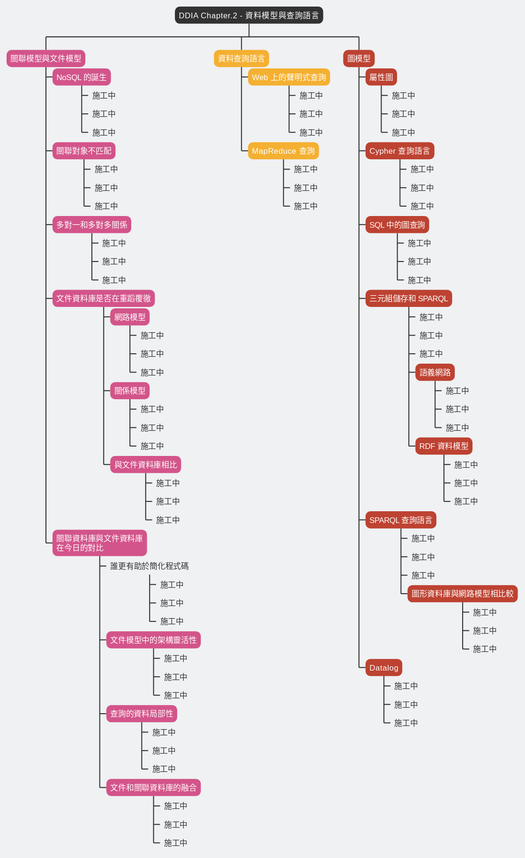
This is images/ddia/ch2_wbs.svg from JianLiu666/plantuml, a PlantUML export, as it was before one commit. Its diagram source:
```plantuml
@startwbs ddia_ch2_wbs

skinparam Shadowing false
skinparam BackgroundColor #EFF1F3
skinparam linetype ortho

<style>
arrow {
    LineColor #323232
}
node {
    Padding 6
    Margin 2
    RoundCorner 15
    LineThickness 0.0
    BackgroundColor #EFF1F3
    FontColor #333333
}
.Type_Root {
    BackgroundColor #323232
    FontColor #FFFFFF
    LineColor #323232
}
.Type1_Node {
    BackgroundColor #D3548A
    FontColor #FFFFFF
    LineColor #D3548A
}
.Type1_LeafNode {
    RoundCorner 0
    LineThickness 1.0
    LineColor #D3548A
}
.Type2_Node {
    BackgroundColor #F4B031
    FontColor #FFFFFF
    LineColor #F4B031
}
.Type2_LeafNode {
    RoundCorner 0
    LineThickness 1.0
    LineColor #F4B031
}
.Type3_Node {
    BackgroundColor #BD4231
    FontColor #FFFFFF
    LineColor #BD4231
}
.Type3_LeafNode {
    RoundCorner 0
    LineThickness 1.0
    LineColor #BD4231
}
.Type4_Node {
    BackgroundColor #0F5E8C
    FontColor #FFFFFF
    LineColor #0F5E8C
}
.Type4_LeafNode {
    RoundCorner 0
    LineThickness 1.0
    LineColor #0F5E8C
}
.Type5_Node {
    BackgroundColor #37A7A8
    FontColor #FFFFFF
    LineColor #37A7A8
}
.Type5_LeafNode {
    RoundCorner 0
    LineThickness 1.0
    LineColor #37A7A8
}
</style>

* DDIA Chapter.2 - 資料模型與查詢語言<<Type_Root>>

** 關聯模型與文件模型<<Type1_Node>>

*** NoSQL 的誕生<<Type1_Node>>
**** 施工中
**** 施工中
**** 施工中

*** 關聯對象不匹配<<Type1_Node>>
**** 施工中
**** 施工中
**** 施工中

*** 多對一和多對多關係<<Type1_Node>>
**** 施工中
**** 施工中
**** 施工中

*** 文件資料庫是否在重蹈覆徹<<Type1_Node>>

**** 網路模型<<Type1_Node>>
***** 施工中
***** 施工中
***** 施工中

**** 關係模型<<Type1_Node>>
***** 施工中
***** 施工中
***** 施工中

**** 與文件資料庫相比<<Type1_Node>>
***** 施工中
***** 施工中
***** 施工中

*** 關聯資料庫與文件資料庫\n在今日的對比<<Type1_Node>>

**** 誰更有助於簡化程式碼
***** 施工中
***** 施工中
***** 施工中

**** 文件模型中的架構靈活性<<Type1_Node>>
***** 施工中
***** 施工中
***** 施工中

**** 查詢的資料局部性<<Type1_Node>>
***** 施工中
***** 施工中
***** 施工中

**** 文件和關聯資料庫的融合<<Type1_Node>>
***** 施工中
***** 施工中
***** 施工中

** 資料查詢語言<<Type2_Node>>

*** Web 上的聲明式查詢<<Type2_Node>>
**** 施工中
**** 施工中
**** 施工中

*** MapReduce 查詢<<Type2_Node>>
**** 施工中
**** 施工中
**** 施工中

** 圖模型<<Type3_Node>>

*** 屬性圖<<Type3_Node>>
**** 施工中
**** 施工中
**** 施工中

*** Cypher 查詢語言<<Type3_Node>>
**** 施工中
**** 施工中
**** 施工中

*** SQL 中的圖查詢<<Type3_Node>>
**** 施工中
**** 施工中
**** 施工中

*** 三元組儲存和 SPARQL<<Type3_Node>>
**** 施工中
**** 施工中
**** 施工中

**** 語義網路<<Type3_Node>>
***** 施工中
***** 施工中
***** 施工中

**** RDF 資料模型<<Type3_Node>>
***** 施工中
***** 施工中
***** 施工中

*** SPARQL 查詢語言<<Type3_Node>>
**** 施工中
**** 施工中
**** 施工中

**** 圖形資料庫與網路模型相比較<<Type3_Node>>
***** 施工中
***** 施工中
***** 施工中

*** Datalog<<Type3_Node>>
**** 施工中
**** 施工中
**** 施工中

@endwbs
```
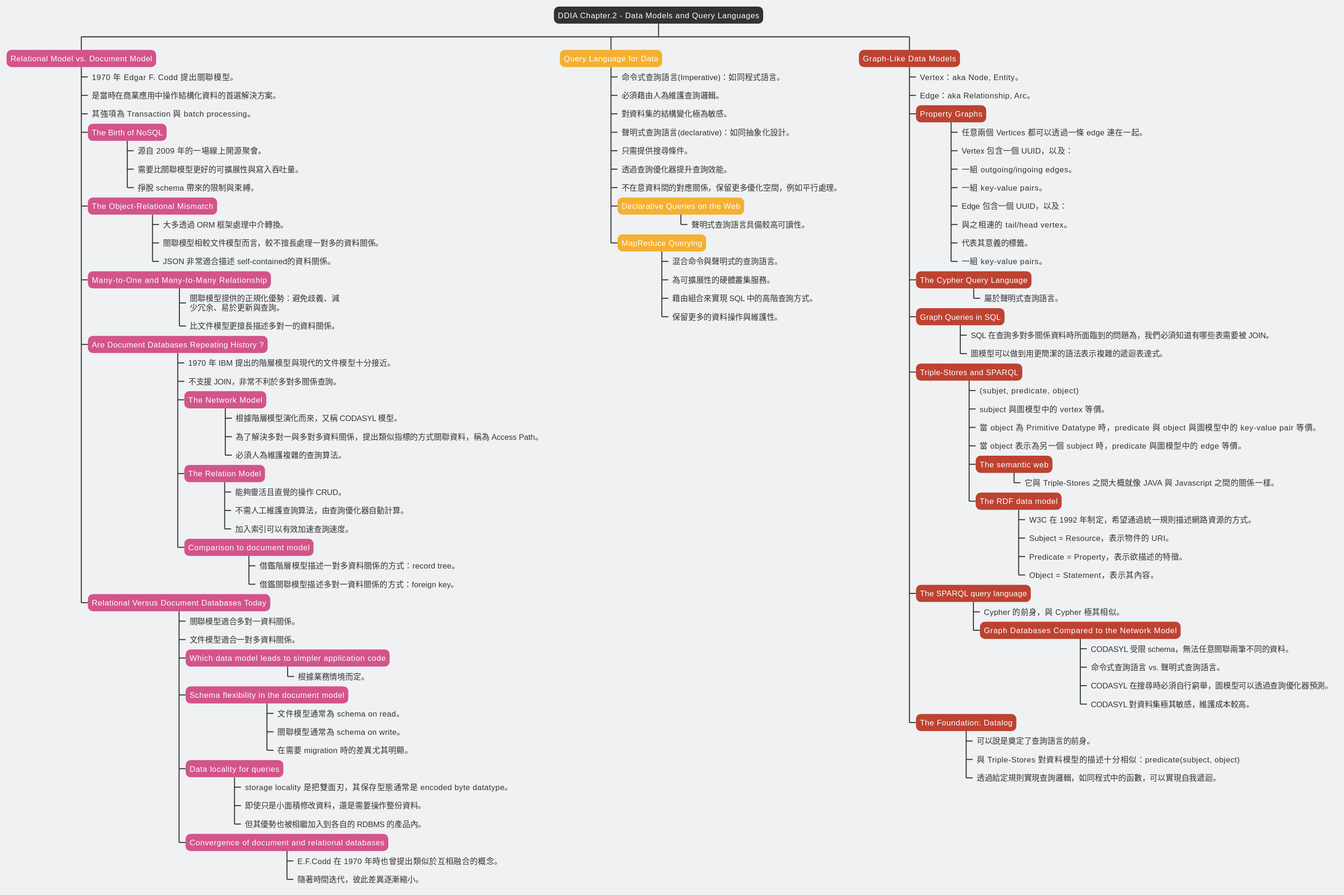
After the commit.

Commit message:
doc(ddia): update digram

Diff of the diagram source:
```diff
@@ -1,4 +1,4 @@
-@startwbs ddia_ch2_wbs
+@startwbs ch2_wbs
 
 skinparam Shadowing false
 skinparam BackgroundColor #EFF1F3
@@ -73,121 +73,133 @@
 }
 </style>
 
-* DDIA Chapter.2 - 資料模型與查詢語言<<Type_Root>>
+* DDIA Chapter.2 - Data Models and Query Languages<<Type_Root>>
 
-** 關聯模型與文件模型<<Type1_Node>>
+** Relational Model vs. Document Model<<Type1_Node>>
 
-*** NoSQL 的誕生<<Type1_Node>>
-**** 施工中
-**** 施工中
-**** 施工中
+*** 1970 年 Edgar F. Codd 提出關聯模型。
+*** 是當時在商業應用中操作結構化資料的首選解決方案。
+*** 其強項為 Transaction 與 batch processing。
 
-*** 關聯對象不匹配<<Type1_Node>>
-**** 施工中
-**** 施工中
-**** 施工中
+*** The Birth of NoSQL<<Type1_Node>>
+**** 源自 2009 年的一場線上開源聚會。
+**** 需要比關聯模型更好的可擴展性與寫入吞吐量。
+**** 掙脫 schema 帶來的限制與束縛。
 
-*** 多對一和多對多關係<<Type1_Node>>
-**** 施工中
-**** 施工中
-**** 施工中
+*** The Object-Relational Mismatch<<Type1_Node>>
+**** 大多透過 ORM 框架處理中介轉換。
+**** 關聯模型相較文件模型而言，較不擅長處理一對多的資料關係。
+**** JSON 非常適合描述 self-contained的資料關係。
 
-*** 文件資料庫是否在重蹈覆徹<<Type1_Node>>
+*** Many-to-One and Many-to-Many Relationship<<Type1_Node>>
+**** 關聯模型提供的正規化優勢：避免歧義、減\n少冗余、易於更新與查詢。
+**** 比文件模型更擅長描述多對一的資料關係。
 
-**** 網路模型<<Type1_Node>>
-***** 施工中
-***** 施工中
-***** 施工中
+*** Are Document Databases Repeating History ?<<Type1_Node>>
+**** 1970 年 IBM 提出的階層模型與現代的文件模型十分接近。
+**** 不支援 JOIN，非常不利於多對多關係查詢。
 
-**** 關係模型<<Type1_Node>>
-***** 施工中
-***** 施工中
-***** 施工中
+**** The Network Model<<Type1_Node>>
+***** 根據階層模型演化而來，又稱 CODASYL 模型。
+***** 為了解決多對一與多對多資料關係，提出類似指標的方式關聯資料，稱為 Access Path。
+***** 必須人為維護複雜的查詢算法。
 
-**** 與文件資料庫相比<<Type1_Node>>
-***** 施工中
-***** 施工中
-***** 施工中
+**** The Relation Model<<Type1_Node>>
+***** 能夠靈活且直覺的操作 CRUD。
+***** 不需人工維護查詢算法，由查詢優化器自動計算。
+***** 加入索引可以有效加速查詢速度。
 
-*** 關聯資料庫與文件資料庫\n在今日的對比<<Type1_Node>>
+**** Comparison to document model<<Type1_Node>>
+***** 借鑑階層模型描述一對多資料關係的方式：record tree。
+***** 借鑑關聯模型描述多對一資料關係的方式：foreign key。
 
-**** 誰更有助於簡化程式碼
-***** 施工中
-***** 施工中
-***** 施工中
+*** Relational Versus Document Databases Today<<Type1_Node>>
+**** 關聯模型適合多對一資料關係。
+**** 文件模型適合一對多資料關係。
 
-**** 文件模型中的架構靈活性<<Type1_Node>>
-***** 施工中
-***** 施工中
-***** 施工中
+**** Which data model leads to simpler application code<<Type1_Node>>
+***** 根據業務情境而定。
 
-**** 查詢的資料局部性<<Type1_Node>>
-***** 施工中
-***** 施工中
-***** 施工中
+**** Schema flexibility in the document model<<Type1_Node>>
+***** 文件模型通常為 schema on read。
+***** 關聯模型通常為 schema on write。
+***** 在需要 migration 時的差異尤其明顯。
 
-**** 文件和關聯資料庫的融合<<Type1_Node>>
-***** 施工中
-***** 施工中
-***** 施工中
+**** Data locality for queries<<Type1_Node>>
+***** storage locality 是把雙面刃，其保存型態通常是 encoded byte datatype。
+***** 即使只是小面積修改資料，還是需要操作整份資料。
+***** 但其優勢也被相繼加入到各自的 RDBMS 的產品內。
 
-** 資料查詢語言<<Type2_Node>>
+**** Convergence of document and relational databases<<Type1_Node>>
+***** E.F.Codd 在 1970 年時也曾提出類似於互相融合的概念。
+***** 隨著時間迭代，彼此差異逐漸縮小。
 
-*** Web 上的聲明式查詢<<Type2_Node>>
-**** 施工中
-**** 施工中
-**** 施工中
+** Query Language for Data<<Type2_Node>>
+*** 命令式查詢語言(Imperative)：如同程式語言。
+*** 必須藉由人為維護查詢邏輯。
+*** 對資料集的結構變化極為敏感。
+*** 聲明式查詢語言(declarative)：如同抽象化設計。
+*** 只需提供搜尋條件。
+*** 透過查詢優化器提升查詢效能。
+*** 不在意資料間的對應關係，保留更多優化空間，例如平行處理。
 
-*** MapReduce 查詢<<Type2_Node>>
-**** 施工中
-**** 施工中
-**** 施工中
+*** Declarative Queries on the Web<<Type2_Node>>
+**** 聲明式查詢語言具備較高可讀性。
 
-** 圖模型<<Type3_Node>>
+*** MapReduce Querying<<Type2_Node>>
+**** 混合命令與聲明式的查詢語言。
+**** 為可擴展性的硬體叢集服務。
+**** 藉由組合來實現 SQL 中的高階查詢方式。
+**** 保留更多的資料操作與維護性。
 
-*** 屬性圖<<Type3_Node>>
-**** 施工中
-**** 施工中
-**** 施工中
+** Graph-Like Data Models<<Type3_Node>>
+*** Vertex：aka Node, Entity。
+*** Edge：aka Relationship, Arc。
 
-*** Cypher 查詢語言<<Type3_Node>>
-**** 施工中
-**** 施工中
-**** 施工中
+*** Property Graphs<<Type3_Node>>
+**** 任意兩個 Vertices 都可以透過一條 edge 連在一起。
+**** Vertex 包含一個 UUID，以及：
+**** 一組 outgoing/ingoing edges。
+**** 一組 key-value pairs。
+**** Edge 包含一個 UUID，以及：
+**** 與之相連的 tail/head vertex。
+**** 代表其意義的標籤。
+**** 一組 key-value pairs。
 
-*** SQL 中的圖查詢<<Type3_Node>>
-**** 施工中
-**** 施工中
-**** 施工中
+*** The Cypher Query Language<<Type3_Node>>
+**** 屬於聲明式查詢語言。
 
-*** 三元組儲存和 SPARQL<<Type3_Node>>
-**** 施工中
-**** 施工中
-**** 施工中
+*** Graph Queries in SQL<<Type3_Node>>
+**** SQL 在查詢多對多關係資料時所面臨到的問題為，我們必須知道有哪些表需要被 JOIN。
+**** 圖模型可以做到用更簡潔的語法表示複雜的遞迴表達式。
 
-**** 語義網路<<Type3_Node>>
-***** 施工中
-***** 施工中
-***** 施工中
+*** Triple-Stores and SPARQL<<Type3_Node>>
+**** (subjet, predicate, object)
+**** subject 與圖模型中的 vertex 等價。
+**** 當 object 為 Primitive Datatype 時，predicate 與 object 與圖模型中的 key-value pair 等價。
+**** 當 object 表示為另一個 subject 時，predicate 與圖模型中的 edge 等價。
 
-**** RDF 資料模型<<Type3_Node>>
-***** 施工中
-***** 施工中
-***** 施工中
+**** The semantic web<<Type3_Node>>
+***** 它與 Triple-Stores 之間大概就像 JAVA 與 Javascript 之間的關係一樣。
 
-*** SPARQL 查詢語言<<Type3_Node>>
-**** 施工中
-**** 施工中
-**** 施工中
+**** The RDF data model<<Type3_Node>>
+***** W3C 在 1992 年制定，希望通過統一規則描述網路資源的方式。
+***** Subject = Resource，表示物件的 URI。
+***** Predicate = Property，表示欲描述的特徵。
+***** Object = Statement，表示其內容。
 
-**** 圖形資料庫與網路模型相比較<<Type3_Node>>
-***** 施工中
-***** 施工中
-***** 施工中
+*** The SPARQL query language<<Type3_Node>>
+**** Cypher 的前身，與 Cypher 極其相似。
 
-*** Datalog<<Type3_Node>>
-**** 施工中
-**** 施工中
-**** 施工中
+**** Graph Databases Compared to the Network Model<<Type3_Node>>
+***** CODASYL 受限 schema，無法任意關聯兩筆不同的資料。
+***** 命令式查詢語言 vs. 聲明式查詢語言。
+***** CODASYL 在搜尋時必須自行窮舉，圖模型可以透過查詢優化器預測。
+***** CODASYL 對資料集極其敏感，維護成本較高。
+
+*** The Foundation: Datalog<<Type3_Node>>
+**** 可以說是奠定了查詢語言的前身。
+**** 與 Triple-Stores 對資料模型的描述十分相似：predicate(subject, object)
+**** 透過給定規則實現查詢邏輯，如同程式中的函數，可以實現自我遞迴。
 
 @endwbs
```
